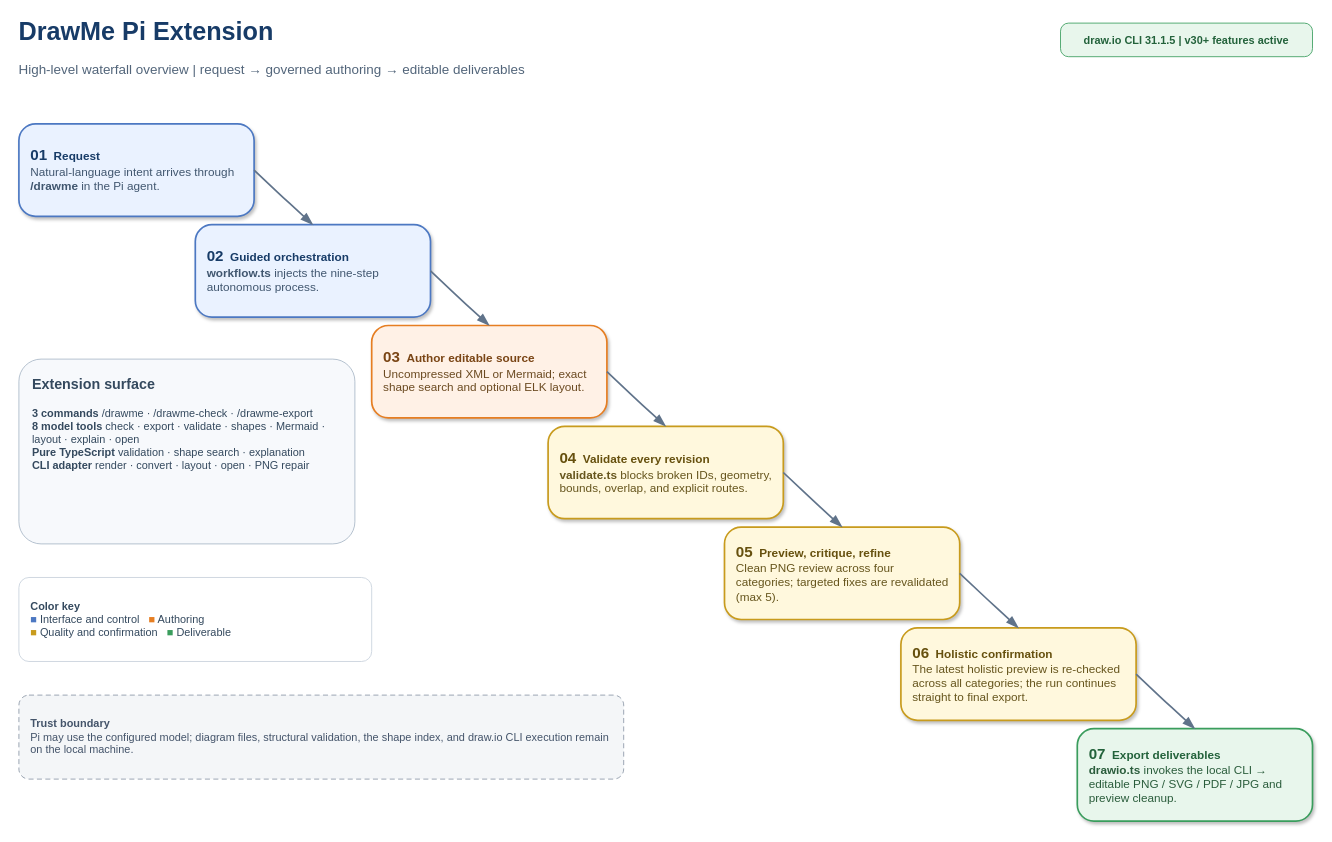
Before: example/drawme-extension-waterfall-overview.drawio in senad-d/DrawMe, a draw.io diagram. Source tidied: cells renumbered, new cells numbered last; positions are measured from the earlier drawing's top-left corner, leaving out a move shared by most shapes. Both pictures are drawn from the tidied source at 84%, with x=0, y=0 at pixel (18, 14).
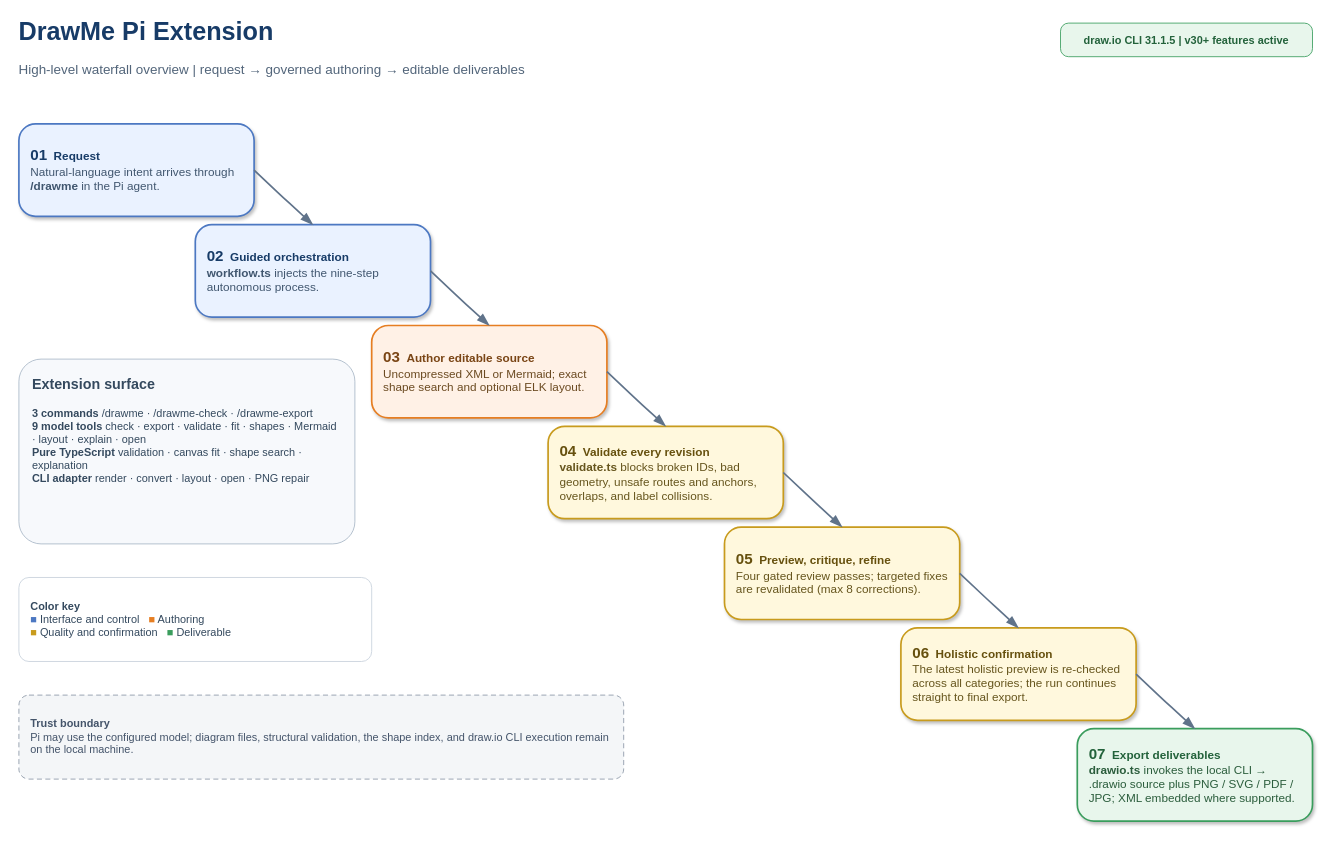
After the change.

What changed in the source:
```diff
@@
-    <mxCell id="8" value="&lt;b&gt;&lt;font style=&quot;font-size:18px&quot;&gt;04&lt;/font&gt;  Validate every revision&lt;/b&gt;&lt;br&gt;&lt;font color=&quot;#66551D&quot;&gt;&lt;b&gt;validate.ts&lt;/b&gt; blocks broken IDs, geometry, bounds, overlap, and explicit routes.&lt;/font&gt;" style="rounded=1;arcSize=18;whiteSpace=wrap;html=1;align=left;verticalAlign=middle;fontSize=14;fontColor=#66500E;fillColor=#FFF8DD;strokeColor=#C89B1D;strokeWidth=2;spacing=14;shadow=1;" parent="1" vertex="1">
+    <mxCell id="8" value="&lt;b&gt;&lt;font style=&quot;font-size:18px&quot;&gt;04&lt;/font&gt;  Validate every revision&lt;/b&gt;&lt;br&gt;&lt;font color=&quot;#66551D&quot;&gt;&lt;b&gt;validate.ts&lt;/b&gt; blocks broken IDs, bad geometry, unsafe routes and anchors, overlaps, and label collisions.&lt;/font&gt;" style="rounded=1;arcSize=18;whiteSpace=wrap;html=1;align=left;verticalAlign=middle;fontSize=14;fontColor=#66500E;fillColor=#FFF8DD;strokeColor=#C89B1D;strokeWidth=2;spacing=14;shadow=1;" parent="1" vertex="1">
       <mxGeometry x="630" y="490" width="280" height="110" as="geometry" />
     </mxCell>
-    <mxCell id="9" value="&lt;b&gt;&lt;font style=&quot;font-size:18px&quot;&gt;05&lt;/font&gt;  Preview, critique, refine&lt;/b&gt;&lt;br&gt;&lt;font color=&quot;#66551D&quot;&gt;Clean PNG review across four categories; targeted fixes are revalidated (max 5).&lt;/font&gt;" style="rounded=1;arcSize=18;whiteSpace=wrap;html=1;align=left;verticalAlign=middle;fontSize=14;fontColor=#66500E;fillColor=#FFF8DD;strokeColor=#C89B1D;strokeWidth=2;spacing=14;shadow=1;" parent="1" vertex="1">
+    <mxCell id="9" value="&lt;b&gt;&lt;font style=&quot;font-size:18px&quot;&gt;05&lt;/font&gt;  Preview, critique, refine&lt;/b&gt;&lt;br&gt;&lt;font color=&quot;#66551D&quot;&gt;Four gated review passes; targeted fixes are revalidated (max 8 corrections).&lt;/font&gt;" style="rounded=1;arcSize=18;whiteSpace=wrap;html=1;align=left;verticalAlign=middle;fontSize=14;fontColor=#66500E;fillColor=#FFF8DD;strokeColor=#C89B1D;strokeWidth=2;spacing=14;shadow=1;" parent="1" vertex="1">
       <mxGeometry x="840" y="610" width="280" height="110" as="geometry" />
     </mxCell>
@@
-    <mxCell id="11" value="&lt;b&gt;&lt;font style=&quot;font-size:18px&quot;&gt;07&lt;/font&gt;  Export deliverables&lt;/b&gt;&lt;br&gt;&lt;font color=&quot;#2B5D3C&quot;&gt;&lt;b&gt;drawio.ts&lt;/b&gt; invokes the local CLI → editable PNG / SVG / PDF / JPG and preview cleanup.&lt;/font&gt;" style="rounded=1;arcSize=18;whiteSpace=wrap;html=1;align=left;verticalAlign=middle;fontSize=14;fontColor=#23623B;fillColor=#E8F6EC;strokeColor=#3A9D5D;strokeWidth=2;spacing=14;shadow=1;" parent="1" vertex="1">
+    <mxCell id="11" value="&lt;b&gt;&lt;font style=&quot;font-size:18px&quot;&gt;07&lt;/font&gt;  Export deliverables&lt;/b&gt;&lt;br&gt;&lt;font color=&quot;#2B5D3C&quot;&gt;&lt;b&gt;drawio.ts&lt;/b&gt; invokes the local CLI → .drawio source plus PNG / SVG / PDF / JPG; XML embedded where supported.&lt;/font&gt;" style="rounded=1;arcSize=18;whiteSpace=wrap;html=1;align=left;verticalAlign=middle;fontSize=14;fontColor=#23623B;fillColor=#E8F6EC;strokeColor=#3A9D5D;strokeWidth=2;spacing=14;shadow=1;" parent="1" vertex="1">
       <mxGeometry x="1260" y="850" width="280" height="110" as="geometry" />
     </mxCell>
@@
-    <mxCell id="18" value="&lt;b&gt;&lt;font style=&quot;font-size:17px&quot;&gt;Extension surface&lt;/font&gt;&lt;/b&gt;&lt;br&gt;&lt;br&gt;&lt;b&gt;3 commands&lt;/b&gt;  /drawme · /drawme-check · /drawme-export&lt;br&gt;&lt;b&gt;8 model tools&lt;/b&gt;  check · export · validate · shapes · Mermaid · layout · explain · open&lt;br&gt;&lt;b&gt;Pure TypeScript&lt;/b&gt;  validation · shape search · explanation&lt;br&gt;&lt;b&gt;CLI adapter&lt;/b&gt;  render · convert · layout · open · PNG repair" style="rounded=1;arcSize=12;whiteSpace=wrap;html=1;align=left;verticalAlign=top;fontSize=13;fontColor=#34495E;fillColor=#F7F9FC;strokeColor=#A9B7C6;strokeWidth=1;spacing=16;shadow=0;" parent="1" vertex="1">
+    <mxCell id="18" value="&lt;b&gt;&lt;font style=&quot;font-size:17px&quot;&gt;Extension surface&lt;/font&gt;&lt;/b&gt;&lt;br&gt;&lt;br&gt;&lt;b&gt;3 commands&lt;/b&gt;  /drawme · /drawme-check · /drawme-export&lt;br&gt;&lt;b&gt;9 model tools&lt;/b&gt;  check · export · validate · fit · shapes · Mermaid · layout · explain · open&lt;br&gt;&lt;b&gt;Pure TypeScript&lt;/b&gt;  validation · canvas fit · shape search · explanation&lt;br&gt;&lt;b&gt;CLI adapter&lt;/b&gt;  render · convert · layout · open · PNG repair" style="rounded=1;arcSize=12;whiteSpace=wrap;html=1;align=left;verticalAlign=top;fontSize=13;fontColor=#34495E;fillColor=#F7F9FC;strokeColor=#A9B7C6;strokeWidth=1;spacing=16;shadow=0;" parent="1" vertex="1">
       <mxGeometry y="410" width="400" height="220" as="geometry" />
     </mxCell>
```
